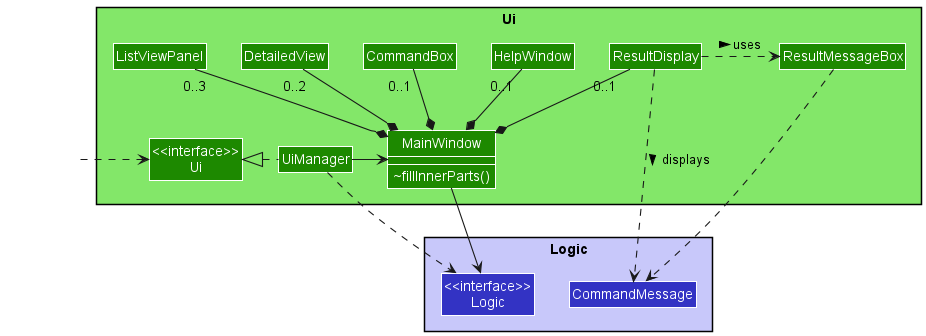
Before: docs/images/UiClassDiagram.png, a diagram exported from PlantUML (nus-cs2103-AY2223S2/tp).
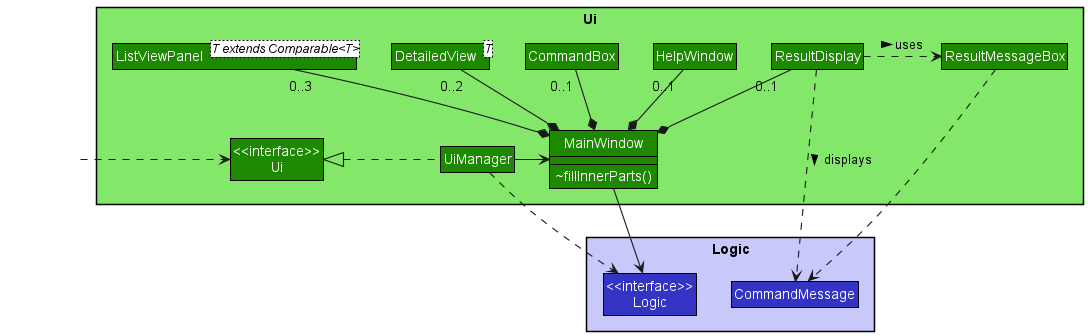
Above is the later version.

Diff of the diagram source:
```diff
@@ -25,8 +25,8 @@
     Class MainWindow UI_COLOR {
         ~fillInnerParts()
     }
-    Class ListViewPanel UI_COLOR
-    Class DetailedView UI_COLOR
+    Class ListViewPanel<T extends Comparable<T>> UI_COLOR
+    Class DetailedView<T> UI_COLOR
     Class HelpWindow UI_COLOR
     Class CommandBox UI_COLOR
     Class ResultDisplay UI_COLOR
```
